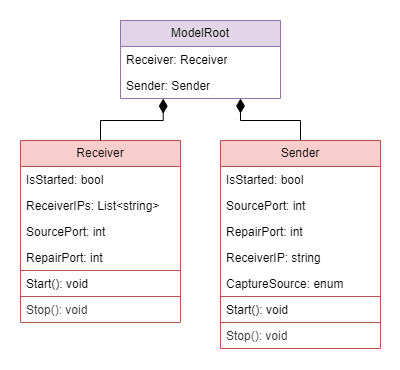
Before: docs/images/model.png, a diagram exported from draw.io (roc-streaming/roc-droid). Source tidied: cells renumbered, new cells last; positions are measured from the earlier drawing's top-left corner, leaving out a move shared by most shapes. The source it was exported from:
```xml
<mxGraphModel>
  <root>
    <mxCell id="0" />
    <mxCell id="1" parent="0" />
    <mxCell id="2" style="rounded=0;whiteSpace=wrap;html=1;fontFamily=Helvetica;fontSize=11;fontColor=default;labelBackgroundColor=default;strokeColor=none;" parent="1" vertex="1">
      <mxGeometry width="400" height="370" as="geometry" />
    </mxCell>
    <mxCell id="3" value="ModelRoot" style="swimlane;fontStyle=0;horizontal=1;startSize=26;fillColor=#e1d5e7;whiteSpace=wrap;html=1;strokeColor=#9673a6;" parent="1" vertex="1">
      <mxGeometry x="120" y="20" width="160" height="78" as="geometry" />
    </mxCell>
    <mxCell id="4" value="&lt;span style=&quot;text-align: center;&quot;&gt;Receiver&lt;/span&gt;: Receiver" style="text;strokeColor=none;fillColor=none;align=left;verticalAlign=top;spacingLeft=4;spacingRight=4;overflow=hidden;whiteSpace=wrap;html=1;" parent="3" vertex="1">
      <mxGeometry y="26" width="160" height="26" as="geometry" />
    </mxCell>
    <mxCell id="5" value="&lt;span style=&quot;text-align: center;&quot;&gt;Sender&lt;/span&gt;: Sender" style="text;strokeColor=none;fillColor=none;align=left;verticalAlign=top;spacingLeft=4;spacingRight=4;overflow=hidden;points=[[0,0.5],[1,0.5]];portConstraint=eastwest;whiteSpace=wrap;html=1;" parent="3" vertex="1">
      <mxGeometry y="52" width="160" height="26" as="geometry" />
    </mxCell>
    <mxCell id="6" value="Receiver" style="swimlane;fontStyle=0;horizontal=1;startSize=26;fillColor=#f8cecc;whiteSpace=wrap;html=1;strokeColor=#b85450;" parent="1" vertex="1">
      <mxGeometry x="20" y="140" width="160" height="182" as="geometry" />
    </mxCell>
    <mxCell id="7" value="IsStarted: bool" style="text;strokeColor=none;fillColor=none;align=left;verticalAlign=top;spacingLeft=4;spacingRight=4;overflow=hidden;whiteSpace=wrap;html=1;" parent="6" vertex="1">
      <mxGeometry y="26" width="160" height="26" as="geometry" />
    </mxCell>
    <mxCell id="8" value="ReceiverIPs: List&amp;lt;string&amp;gt;" style="text;strokeColor=none;fillColor=none;align=left;verticalAlign=top;spacingLeft=4;spacingRight=4;overflow=hidden;whiteSpace=wrap;html=1;" parent="6" vertex="1">
      <mxGeometry y="52" width="160" height="26" as="geometry" />
    </mxCell>
    <mxCell id="9" value="SourcePort: int" style="text;strokeColor=none;fillColor=none;align=left;verticalAlign=top;spacingLeft=4;spacingRight=4;overflow=hidden;whiteSpace=wrap;html=1;" parent="6" vertex="1">
      <mxGeometry y="78" width="160" height="26" as="geometry" />
    </mxCell>
    <mxCell id="10" value="RepairPort: int" style="text;strokeColor=none;fillColor=none;align=left;verticalAlign=top;spacingLeft=4;spacingRight=4;overflow=hidden;whiteSpace=wrap;html=1;" parent="6" vertex="1">
      <mxGeometry y="104" width="160" height="26" as="geometry" />
    </mxCell>
    <mxCell id="11" value="Start(): void" style="text;strokeColor=#b85450;fillColor=none;align=left;verticalAlign=top;spacingLeft=4;spacingRight=4;overflow=hidden;whiteSpace=wrap;html=1;perimeterSpacing=0;rounded=0;glass=0;" parent="6" vertex="1">
      <mxGeometry y="130" width="160" height="26" as="geometry" />
    </mxCell>
    <mxCell id="12" value="Stop(): void" style="text;strokeColor=none;fillColor=none;align=left;verticalAlign=top;spacingLeft=4;spacingRight=4;overflow=hidden;whiteSpace=wrap;html=1;fontColor=#333333;" parent="6" vertex="1">
      <mxGeometry y="156" width="160" height="26" as="geometry" />
    </mxCell>
    <mxCell id="13" style="edgeStyle=orthogonalEdgeStyle;shape=connector;rounded=0;jettySize=auto;html=1;strokeColor=default;align=center;verticalAlign=middle;fontFamily=Helvetica;fontSize=11;fontColor=default;labelBackgroundColor=default;endArrow=diamondThin;endFill=1;endSize=12;" parent="1" edge="1" source="14" target="3">
      <mxGeometry relative="1" as="geometry">
        <Array as="points">
          <mxPoint x="300" y="120" />
          <mxPoint x="240" y="120" />
        </Array>
      </mxGeometry>
    </mxCell>
    <mxCell id="14" value="Sender" style="swimlane;fontStyle=0;horizontal=1;startSize=26;fillColor=#f8cecc;whiteSpace=wrap;html=1;strokeColor=#b85450;" parent="1" vertex="1">
      <mxGeometry x="220" y="140" width="160" height="208" as="geometry" />
    </mxCell>
    <mxCell id="15" value="IsStarted: bool" style="text;strokeColor=none;fillColor=none;align=left;verticalAlign=top;spacingLeft=4;spacingRight=4;overflow=hidden;whiteSpace=wrap;html=1;" parent="14" vertex="1">
      <mxGeometry y="26" width="160" height="26" as="geometry" />
    </mxCell>
    <mxCell id="16" value="SourcePort: int" style="text;strokeColor=none;fillColor=none;align=left;verticalAlign=top;spacingLeft=4;spacingRight=4;overflow=hidden;whiteSpace=wrap;html=1;" parent="14" vertex="1">
      <mxGeometry y="52" width="160" height="26" as="geometry" />
    </mxCell>
    <mxCell id="17" value="RepairPort: int" style="text;strokeColor=none;fillColor=none;align=left;verticalAlign=top;spacingLeft=4;spacingRight=4;overflow=hidden;whiteSpace=wrap;html=1;" parent="14" vertex="1">
      <mxGeometry y="78" width="160" height="26" as="geometry" />
    </mxCell>
    <mxCell id="18" value="ReceiverIP: string&amp;nbsp;" style="text;strokeColor=none;fillColor=none;align=left;verticalAlign=top;spacingLeft=4;spacingRight=4;overflow=hidden;whiteSpace=wrap;html=1;" parent="14" vertex="1">
      <mxGeometry y="104" width="160" height="26" as="geometry" />
    </mxCell>
    <mxCell id="19" value="CaptureSource: enum" style="text;strokeColor=none;fillColor=none;align=left;verticalAlign=top;spacingLeft=4;spacingRight=4;overflow=hidden;whiteSpace=wrap;html=1;" parent="14" vertex="1">
      <mxGeometry y="130" width="160" height="26" as="geometry" />
    </mxCell>
    <mxCell id="20" value="Start(): void" style="text;strokeColor=#b85450;fillColor=none;align=left;verticalAlign=top;spacingLeft=4;spacingRight=4;overflow=hidden;whiteSpace=wrap;html=1;" parent="14" vertex="1">
      <mxGeometry y="156" width="160" height="26" as="geometry" />
    </mxCell>
    <mxCell id="21" value="Stop(): void" style="text;strokeColor=none;fillColor=none;align=left;verticalAlign=top;spacingLeft=4;spacingRight=4;overflow=hidden;whiteSpace=wrap;html=1;fontColor=#333333;" parent="14" vertex="1">
      <mxGeometry y="182" width="160" height="26" as="geometry" />
    </mxCell>
    <mxCell id="22" style="rounded=0;jettySize=auto;html=1;entryX=0.267;entryY=1.005;entryDx=0;entryDy=0;entryPerimeter=0;endArrow=diamondThin;endFill=1;endSize=12;edgeStyle=orthogonalEdgeStyle;" parent="1" edge="1" source="6" target="5">
      <mxGeometry relative="1" as="geometry" />
    </mxCell>
  </root>
</mxGraphModel>
```
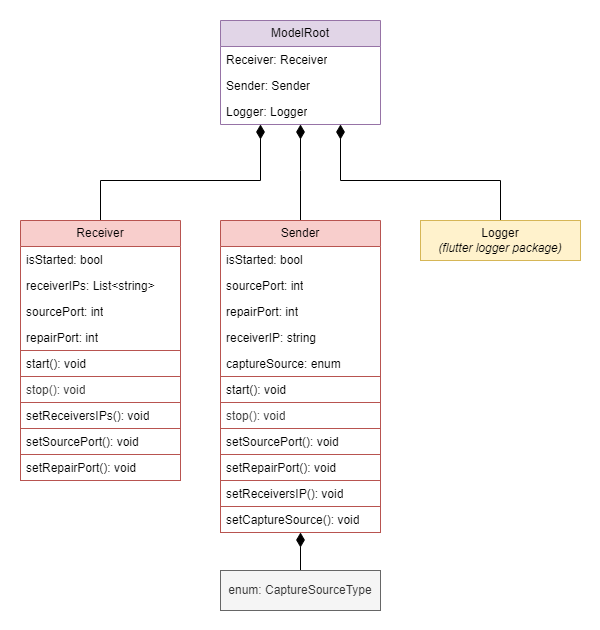
The same file after the commit.

Diff of the diagram source:
```diff
@@ -3,10 +3,10 @@
     <mxCell id="0" />
     <mxCell id="1" parent="0" />
     <mxCell id="2" style="rounded=0;whiteSpace=wrap;html=1;fontFamily=Helvetica;fontSize=11;fontColor=default;labelBackgroundColor=default;strokeColor=none;" parent="1" vertex="1">
-      <mxGeometry width="400" height="370" as="geometry" />
+      <mxGeometry width="600" height="630" as="geometry" />
     </mxCell>
     <mxCell id="3" value="ModelRoot" style="swimlane;fontStyle=0;horizontal=1;startSize=26;fillColor=#e1d5e7;whiteSpace=wrap;html=1;strokeColor=#9673a6;" parent="1" vertex="1">
-      <mxGeometry x="120" y="20" width="160" height="78" as="geometry" />
+      <mxGeometry x="220" y="20" width="160" height="104" as="geometry" />
     </mxCell>
     <mxCell id="4" value="&lt;span style=&quot;text-align: center;&quot;&gt;Receiver&lt;/span&gt;: Receiver" style="text;strokeColor=none;fillColor=none;align=left;verticalAlign=top;spacingLeft=4;spacingRight=4;overflow=hidden;whiteSpace=wrap;html=1;" parent="3" vertex="1">
       <mxGeometry y="26" width="160" height="26" as="geometry" />
@@ -14,61 +14,107 @@
     <mxCell id="5" value="&lt;span style=&quot;text-align: center;&quot;&gt;Sender&lt;/span&gt;: Sender" style="text;strokeColor=none;fillColor=none;align=left;verticalAlign=top;spacingLeft=4;spacingRight=4;overflow=hidden;points=[[0,0.5],[1,0.5]];portConstraint=eastwest;whiteSpace=wrap;html=1;" parent="3" vertex="1">
       <mxGeometry y="52" width="160" height="26" as="geometry" />
     </mxCell>
+    <mxCell id="23" value="&lt;span style=&quot;text-align: center;&quot;&gt;Logger&lt;/span&gt;: Logger" style="text;strokeColor=none;fillColor=none;align=left;verticalAlign=top;spacingLeft=4;spacingRight=4;overflow=hidden;whiteSpace=wrap;html=1;" parent="3" vertex="1">
+      <mxGeometry y="78" width="160" height="26" as="geometry" />
+    </mxCell>
+    <mxCell id="24" style="edgeStyle=orthogonalEdgeStyle;rounded=0;jettySize=auto;html=1;strokeColor=default;align=center;verticalAlign=middle;fontFamily=Helvetica;fontSize=11;fontColor=default;labelBackgroundColor=default;endArrow=diamondThin;endFill=1;endSize=12;" parent="1" edge="1" source="6" target="3">
+      <mxGeometry relative="1" as="geometry">
+        <Array as="points">
+          <mxPoint x="100" y="180" />
+          <mxPoint x="260" y="180" />
+        </Array>
+      </mxGeometry>
+    </mxCell>
     <mxCell id="6" value="Receiver" style="swimlane;fontStyle=0;horizontal=1;startSize=26;fillColor=#f8cecc;whiteSpace=wrap;html=1;strokeColor=#b85450;" parent="1" vertex="1">
-      <mxGeometry x="20" y="140" width="160" height="182" as="geometry" />
+      <mxGeometry x="20" y="220" width="160" height="260" as="geometry" />
     </mxCell>
-    <mxCell id="7" value="IsStarted: bool" style="text;strokeColor=none;fillColor=none;align=left;verticalAlign=top;spacingLeft=4;spacingRight=4;overflow=hidden;whiteSpace=wrap;html=1;" parent="6" vertex="1">
+    <mxCell id="7" value="isStarted: bool" style="text;strokeColor=none;fillColor=none;align=left;verticalAlign=top;spacingLeft=4;spacingRight=4;overflow=hidden;whiteSpace=wrap;html=1;" parent="6" vertex="1">
       <mxGeometry y="26" width="160" height="26" as="geometry" />
     </mxCell>
-    <mxCell id="8" value="ReceiverIPs: List&amp;lt;string&amp;gt;" style="text;strokeColor=none;fillColor=none;align=left;verticalAlign=top;spacingLeft=4;spacingRight=4;overflow=hidden;whiteSpace=wrap;html=1;" parent="6" vertex="1">
+    <mxCell id="8" value="receiverIPs: List&amp;lt;string&amp;gt;" style="text;strokeColor=none;fillColor=none;align=left;verticalAlign=top;spacingLeft=4;spacingRight=4;overflow=hidden;whiteSpace=wrap;html=1;" parent="6" vertex="1">
       <mxGeometry y="52" width="160" height="26" as="geometry" />
     </mxCell>
-    <mxCell id="9" value="SourcePort: int" style="text;strokeColor=none;fillColor=none;align=left;verticalAlign=top;spacingLeft=4;spacingRight=4;overflow=hidden;whiteSpace=wrap;html=1;" parent="6" vertex="1">
+    <mxCell id="9" value="sourcePort: int" style="text;strokeColor=none;fillColor=none;align=left;verticalAlign=top;spacingLeft=4;spacingRight=4;overflow=hidden;whiteSpace=wrap;html=1;" parent="6" vertex="1">
       <mxGeometry y="78" width="160" height="26" as="geometry" />
     </mxCell>
-    <mxCell id="10" value="RepairPort: int" style="text;strokeColor=none;fillColor=none;align=left;verticalAlign=top;spacingLeft=4;spacingRight=4;overflow=hidden;whiteSpace=wrap;html=1;" parent="6" vertex="1">
+    <mxCell id="10" value="repairPort: int" style="text;strokeColor=none;fillColor=none;align=left;verticalAlign=top;spacingLeft=4;spacingRight=4;overflow=hidden;whiteSpace=wrap;html=1;" parent="6" vertex="1">
       <mxGeometry y="104" width="160" height="26" as="geometry" />
     </mxCell>
-    <mxCell id="11" value="Start(): void" style="text;strokeColor=#b85450;fillColor=none;align=left;verticalAlign=top;spacingLeft=4;spacingRight=4;overflow=hidden;whiteSpace=wrap;html=1;perimeterSpacing=0;rounded=0;glass=0;" parent="6" vertex="1">
+    <mxCell id="11" value="start(): void" style="text;strokeColor=#b85450;fillColor=none;align=left;verticalAlign=top;spacingLeft=4;spacingRight=4;overflow=hidden;whiteSpace=wrap;html=1;perimeterSpacing=0;rounded=0;glass=0;" parent="6" vertex="1">
       <mxGeometry y="130" width="160" height="26" as="geometry" />
     </mxCell>
-    <mxCell id="12" value="Stop(): void" style="text;strokeColor=none;fillColor=none;align=left;verticalAlign=top;spacingLeft=4;spacingRight=4;overflow=hidden;whiteSpace=wrap;html=1;fontColor=#333333;" parent="6" vertex="1">
+    <mxCell id="12" value="stop(): void" style="text;strokeColor=none;fillColor=none;align=left;verticalAlign=top;spacingLeft=4;spacingRight=4;overflow=hidden;whiteSpace=wrap;html=1;fontColor=#333333;" parent="6" vertex="1">
       <mxGeometry y="156" width="160" height="26" as="geometry" />
     </mxCell>
+    <mxCell id="25" value="setReceiversIPs(): void" style="text;strokeColor=#b85450;fillColor=none;align=left;verticalAlign=top;spacingLeft=4;spacingRight=4;overflow=hidden;whiteSpace=wrap;html=1;perimeterSpacing=0;rounded=0;glass=0;" parent="6" vertex="1">
+      <mxGeometry y="182" width="160" height="26" as="geometry" />
+    </mxCell>
+    <mxCell id="26" value="setSourcePort(): void" style="text;strokeColor=#b85450;fillColor=none;align=left;verticalAlign=top;spacingLeft=4;spacingRight=4;overflow=hidden;whiteSpace=wrap;html=1;perimeterSpacing=0;rounded=0;glass=0;" parent="6" vertex="1">
+      <mxGeometry y="208" width="160" height="26" as="geometry" />
+    </mxCell>
+    <mxCell id="27" value="setRepairPort(): void" style="text;strokeColor=#b85450;fillColor=none;align=left;verticalAlign=top;spacingLeft=4;spacingRight=4;overflow=hidden;whiteSpace=wrap;html=1;perimeterSpacing=0;rounded=0;glass=0;" parent="6" vertex="1">
+      <mxGeometry y="234" width="160" height="26" as="geometry" />
+    </mxCell>
     <mxCell id="13" style="edgeStyle=orthogonalEdgeStyle;shape=connector;rounded=0;jettySize=auto;html=1;strokeColor=default;align=center;verticalAlign=middle;fontFamily=Helvetica;fontSize=11;fontColor=default;labelBackgroundColor=default;endArrow=diamondThin;endFill=1;endSize=12;" parent="1" edge="1" source="14" target="3">
       <mxGeometry relative="1" as="geometry">
         <Array as="points">
-          <mxPoint x="300" y="120" />
-          <mxPoint x="240" y="120" />
+          <mxPoint x="300" y="170" />
+          <mxPoint x="300" y="170" />
         </Array>
       </mxGeometry>
     </mxCell>
     <mxCell id="14" value="Sender" style="swimlane;fontStyle=0;horizontal=1;startSize=26;fillColor=#f8cecc;whiteSpace=wrap;html=1;strokeColor=#b85450;" parent="1" vertex="1">
-      <mxGeometry x="220" y="140" width="160" height="208" as="geometry" />
+      <mxGeometry x="220" y="220" width="160" height="312" as="geometry" />
     </mxCell>
-    <mxCell id="15" value="IsStarted: bool" style="text;strokeColor=none;fillColor=none;align=left;verticalAlign=top;spacingLeft=4;spacingRight=4;overflow=hidden;whiteSpace=wrap;html=1;" parent="14" vertex="1">
+    <mxCell id="15" value="isStarted: bool" style="text;strokeColor=none;fillColor=none;align=left;verticalAlign=top;spacingLeft=4;spacingRight=4;overflow=hidden;whiteSpace=wrap;html=1;" parent="14" vertex="1">
       <mxGeometry y="26" width="160" height="26" as="geometry" />
     </mxCell>
-    <mxCell id="16" value="SourcePort: int" style="text;strokeColor=none;fillColor=none;align=left;verticalAlign=top;spacingLeft=4;spacingRight=4;overflow=hidden;whiteSpace=wrap;html=1;" parent="14" vertex="1">
+    <mxCell id="16" value="sourcePort: int" style="text;strokeColor=none;fillColor=none;align=left;verticalAlign=top;spacingLeft=4;spacingRight=4;overflow=hidden;whiteSpace=wrap;html=1;" parent="14" vertex="1">
       <mxGeometry y="52" width="160" height="26" as="geometry" />
     </mxCell>
-    <mxCell id="17" value="RepairPort: int" style="text;strokeColor=none;fillColor=none;align=left;verticalAlign=top;spacingLeft=4;spacingRight=4;overflow=hidden;whiteSpace=wrap;html=1;" parent="14" vertex="1">
+    <mxCell id="17" value="repairPort: int" style="text;strokeColor=none;fillColor=none;align=left;verticalAlign=top;spacingLeft=4;spacingRight=4;overflow=hidden;whiteSpace=wrap;html=1;" parent="14" vertex="1">
       <mxGeometry y="78" width="160" height="26" as="geometry" />
     </mxCell>
-    <mxCell id="18" value="ReceiverIP: string&amp;nbsp;" style="text;strokeColor=none;fillColor=none;align=left;verticalAlign=top;spacingLeft=4;spacingRight=4;overflow=hidden;whiteSpace=wrap;html=1;" parent="14" vertex="1">
+    <mxCell id="18" value="receiverIP: string&amp;nbsp;" style="text;strokeColor=none;fillColor=none;align=left;verticalAlign=top;spacingLeft=4;spacingRight=4;overflow=hidden;whiteSpace=wrap;html=1;" parent="14" vertex="1">
       <mxGeometry y="104" width="160" height="26" as="geometry" />
     </mxCell>
-    <mxCell id="19" value="CaptureSource: enum" style="text;strokeColor=none;fillColor=none;align=left;verticalAlign=top;spacingLeft=4;spacingRight=4;overflow=hidden;whiteSpace=wrap;html=1;" parent="14" vertex="1">
+    <mxCell id="19" value="captureSource: enum" style="text;strokeColor=none;fillColor=none;align=left;verticalAlign=top;spacingLeft=4;spacingRight=4;overflow=hidden;whiteSpace=wrap;html=1;" parent="14" vertex="1">
       <mxGeometry y="130" width="160" height="26" as="geometry" />
     </mxCell>
-    <mxCell id="20" value="Start(): void" style="text;strokeColor=#b85450;fillColor=none;align=left;verticalAlign=top;spacingLeft=4;spacingRight=4;overflow=hidden;whiteSpace=wrap;html=1;" parent="14" vertex="1">
+    <mxCell id="20" value="start(): void" style="text;strokeColor=#b85450;fillColor=none;align=left;verticalAlign=top;spacingLeft=4;spacingRight=4;overflow=hidden;whiteSpace=wrap;html=1;" parent="14" vertex="1">
       <mxGeometry y="156" width="160" height="26" as="geometry" />
     </mxCell>
-    <mxCell id="21" value="Stop(): void" style="text;strokeColor=none;fillColor=none;align=left;verticalAlign=top;spacingLeft=4;spacingRight=4;overflow=hidden;whiteSpace=wrap;html=1;fontColor=#333333;" parent="14" vertex="1">
+    <mxCell id="21" value="stop(): void" style="text;strokeColor=none;fillColor=none;align=left;verticalAlign=top;spacingLeft=4;spacingRight=4;overflow=hidden;whiteSpace=wrap;html=1;fontColor=#333333;" parent="14" vertex="1">
       <mxGeometry y="182" width="160" height="26" as="geometry" />
     </mxCell>
-    <mxCell id="22" style="rounded=0;jettySize=auto;html=1;entryX=0.267;entryY=1.005;entryDx=0;entryDy=0;entryPerimeter=0;endArrow=diamondThin;endFill=1;endSize=12;edgeStyle=orthogonalEdgeStyle;" parent="1" edge="1" source="6" target="5">
-      <mxGeometry relative="1" as="geometry" />
-    </mxCell>
+    <mxCell id="28" value="setSourcePort(): void" style="text;strokeColor=#b85450;fillColor=none;align=left;verticalAlign=top;spacingLeft=4;spacingRight=4;overflow=hidden;whiteSpace=wrap;html=1;perimeterSpacing=0;rounded=0;glass=0;" parent="14" vertex="1">
+      <mxGeometry y="208" width="160" height="26" as="geometry" />
+    </mxCell>
+    <mxCell id="29" value="setRepairPort(): void" style="text;strokeColor=#b85450;fillColor=none;align=left;verticalAlign=top;spacingLeft=4;spacingRight=4;overflow=hidden;whiteSpace=wrap;html=1;perimeterSpacing=0;rounded=0;glass=0;" parent="14" vertex="1">
+      <mxGeometry y="234" width="160" height="26" as="geometry" />
+    </mxCell>
+    <mxCell id="30" value="setReceiversIP(): void" style="text;strokeColor=#b85450;fillColor=none;align=left;verticalAlign=top;spacingLeft=4;spacingRight=4;overflow=hidden;whiteSpace=wrap;html=1;perimeterSpacing=0;rounded=0;glass=0;" parent="14" vertex="1">
+      <mxGeometry y="260" width="160" height="26" as="geometry" />
+    </mxCell>
+    <mxCell id="31" value="setCaptureSource(): void" style="text;strokeColor=#b85450;fillColor=none;align=left;verticalAlign=top;spacingLeft=4;spacingRight=4;overflow=hidden;whiteSpace=wrap;html=1;perimeterSpacing=0;rounded=0;glass=0;" parent="14" vertex="1">
+      <mxGeometry y="286" width="160" height="26" as="geometry" />
+    </mxCell>
+    <mxCell id="32" style="edgeStyle=orthogonalEdgeStyle;rounded=0;jettySize=auto;html=1;strokeColor=default;align=center;verticalAlign=middle;fontFamily=Helvetica;fontSize=11;fontColor=default;labelBackgroundColor=default;endArrow=diamondThin;endFill=1;endSize=12;" parent="1" edge="1" source="33" target="3">
+      <mxGeometry relative="1" as="geometry">
+        <Array as="points">
+          <mxPoint x="500" y="180" />
+          <mxPoint x="340" y="180" />
+        </Array>
+      </mxGeometry>
+    </mxCell>
+    <mxCell id="33" value="Logger&lt;div&gt;&lt;i&gt;(flutter logger package)&lt;/i&gt;&lt;/div&gt;" style="html=1;whiteSpace=wrap;fillColor=#fff2cc;strokeColor=#d6b656;" parent="1" vertex="1">
+      <mxGeometry x="420" y="220" width="160" height="40" as="geometry" />
+    </mxCell>
+    <mxCell id="34" style="edgeStyle=orthogonalEdgeStyle;rounded=0;jettySize=auto;html=1;strokeColor=default;align=center;verticalAlign=middle;fontFamily=Helvetica;fontSize=11;fontColor=default;labelBackgroundColor=default;endArrow=diamondThin;endFill=1;endSize=12;" parent="1" edge="1" source="35" target="14">
+      <mxGeometry relative="1" as="geometry" />
+    </mxCell>
+    <mxCell id="35" value="enum: CaptureSourceType" style="html=1;whiteSpace=wrap;fillColor=#f5f5f5;strokeColor=#666666;fontColor=#333333;" parent="1" vertex="1">
+      <mxGeometry x="220" y="570" width="160" height="40" as="geometry" />
+    </mxCell>
   </root>
 </mxGraphModel>
```
